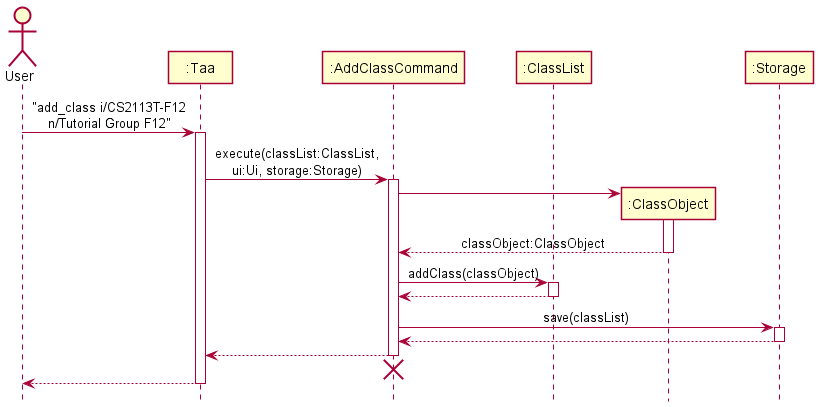
nus-cs2113-AY2122S1/tp keeps this PlantUML diagram as docs/diagrams/AddClassSequenceDiagram.png. Above is the earlier version.
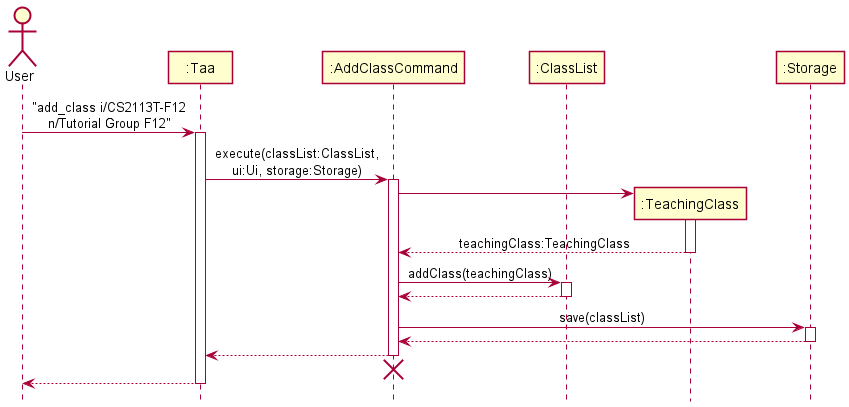
After the change.

Commit message:
Refactor ClassObject to TeachingClass

What changed in the source:
```diff
@@ -5,7 +5,7 @@
 Participant ":Taa" as taa
 Participant ":AddClassCommand" as addClassCommand
 Participant ":ClassList" as classList
-Participant ":ClassObject" as classObject
+Participant ":TeachingClass" as teachingClass
 Participant ":Storage" as storage
 
 user -> taa : "add_class i/CS2113T-F12\nn/Tutorial Group F12"
@@ -14,13 +14,13 @@
 taa -> addClassCommand : execute(classList:ClassList,\nui:Ui, storage:Storage)
 activate addClassCommand
 
-create classObject
-addClassCommand -> classObject
-activate classObject
-classObject --> addClassCommand : classObject:ClassObject
-deactivate classObject
+create teachingClass
+addClassCommand -> teachingClass
+activate teachingClass
+teachingClass --> addClassCommand : teachingClass:TeachingClass
+deactivate teachingClass
 
-addClassCommand -> classList : addClass(classObject)
+addClassCommand -> classList : addClass(teachingClass)
 activate classList
 classList --> addClassCommand
 deactivate classList
```
